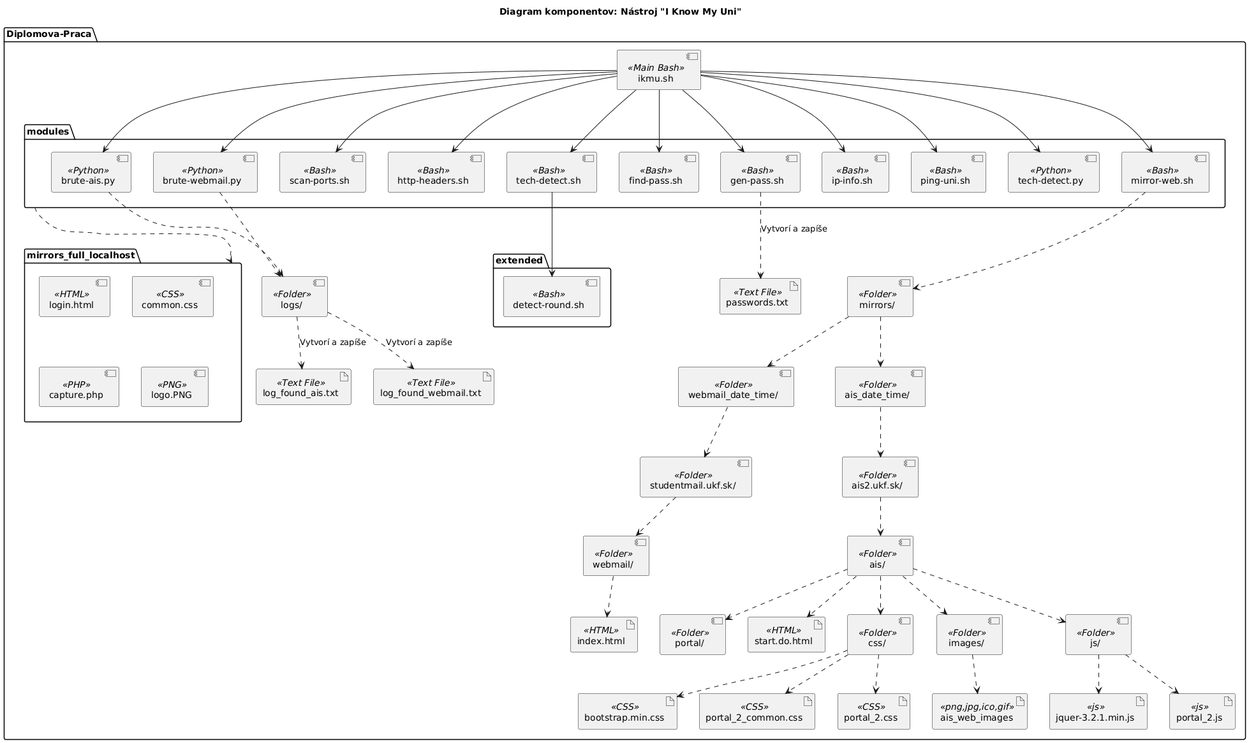
Earlier version of the PlantUML export diagrams/component_diagram.png (majohlavacka/Diplomova-praca).
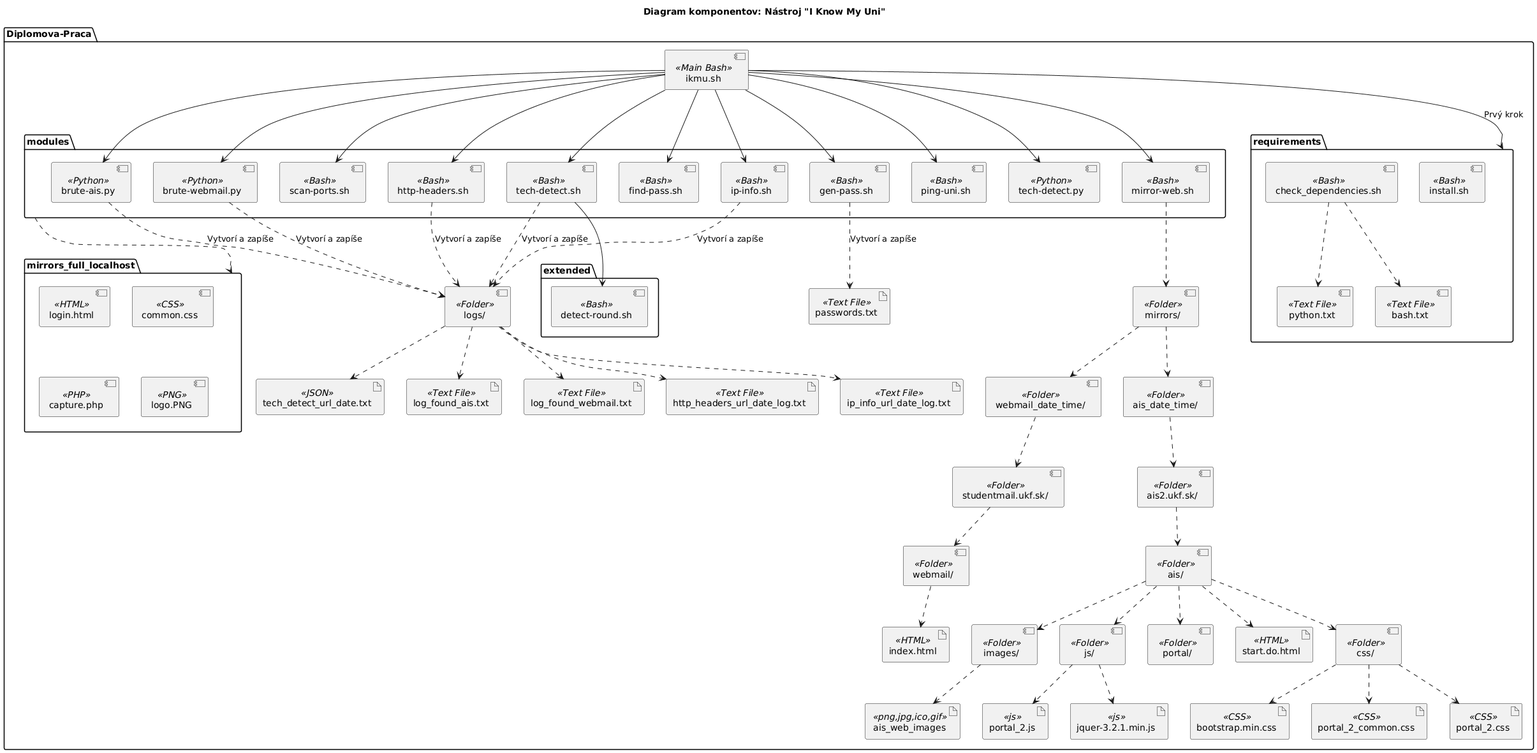
The same file after the commit.

The edit, as a diff of the source:
```diff
@@ -20,6 +20,13 @@
 
   package extended {
     component "detect-round.sh" as detect_round <<Bash>>
+  }
+
+  package requirements {
+    component "check_dependencies.sh" as check_dependencies <<Bash>>
+    component "install.sh" as install <<Bash>>
+    component "python.txt" as python <<Text File>>
+    component "bash.txt" as bash <<Text File>>
   }
 
   package mirrors_full_localhost {
@@ -52,6 +59,9 @@
   artifact "ais_web_images" as ais_all_images <<png,jpg,ico,gif>>
   artifact "jquer-3.2.1.min.js" as ais_jquery <<js>>
   artifact "portal_2.js" as ais_portal_js <<js>>
+  artifact "http_headers_url_date_log.txt" as http_headers_url_date_log <<Text File>>
+  artifact "ip_info_url_date_log.txt" as ip_info_url_date_log <<Text File>>
+  artifact "tech_detect_url_date.txt" as tech_detect_url_date <<JSON>>
 }
 
 ikmu --> brute_ais
@@ -67,10 +77,10 @@
 tech_detect --> detect_round
 ikmu --> mirror_web
 
-brute_ais ..> logs
-brute_webmail ..> logs
-logs ..> log_found_ais : Vytvorí a zapíše
-logs ..> log_found_webmail : Vytvorí a zapíše
+brute_ais ..> logs : Vytvorí a zapíše
+brute_webmail ..> logs : Vytvorí a zapíše
+logs ..> log_found_ais
+logs ..> log_found_webmail
 gen_pass ..> passwords : Vytvorí a zapíše
 mirror_web ..> mirrors
 mirrors ..> webmail_mirrors
@@ -93,4 +103,17 @@
 ais_js ..> ais_portal_js
 
 modules ..> mirrors_full_localhost
+
+ikmu --> requirements : Prvý krok
+check_dependencies ..> bash
+check_dependencies ..> python
+
+http_headers ..> logs : Vytvorí a zapíše
+logs ..> http_headers_url_date_log
+
+ip_info ..> logs : Vytvorí a zapíše
+logs ..> ip_info_url_date_log
+
+tech_detect ..> logs : Vytvorí a zapíše
+logs ..> tech_detect_url_date
 @enduml
```
